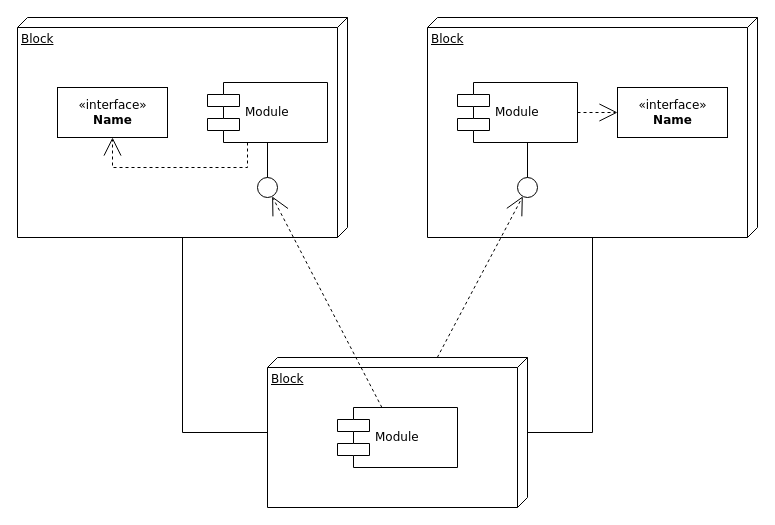
Earlier version of the draw.io diagram docs/components.drawio (devicemxl/proFlow). Source tidied: cells renumbered, new cells numbered last; positions are measured from the earlier drawing's top-left corner, leaving out a move shared by most shapes. Both pictures are drawn from the tidied source at 100%, with x=0, y=0 at pixel (17, 17).
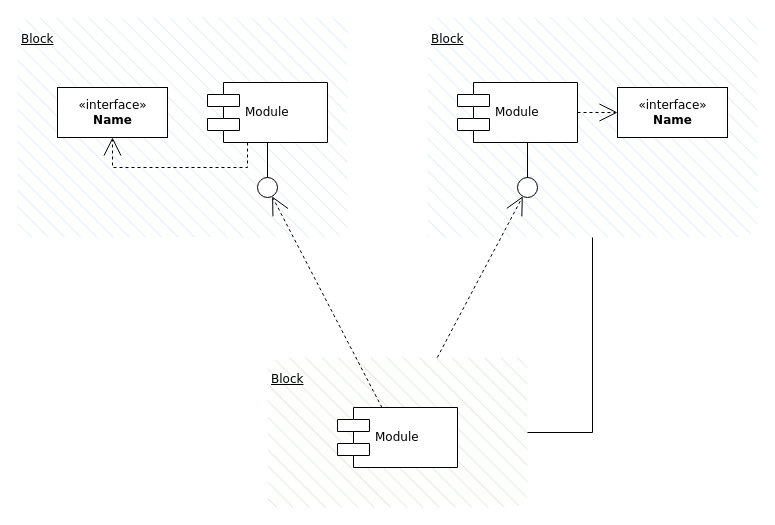
After the change.

Change to the diagram source:
```diff
@@
-    <mxCell id="2" value="Block" style="verticalAlign=top;align=left;spacingTop=8;spacingLeft=2;spacingRight=12;shape=cube;size=10;direction=south;fontStyle=4;html=1;rounded=0;shadow=0;comic=0;labelBackgroundColor=none;strokeWidth=1;fontFamily=Verdana;fontSize=12;" parent="1" vertex="1">
+    <mxCell id="2" value="Block" style="verticalAlign=top;align=left;spacingTop=8;spacingLeft=2;spacingRight=12;shape=cube;size=10;direction=south;fontStyle=4;html=1;rounded=0;shadow=0;comic=0;labelBackgroundColor=none;strokeWidth=1;fontFamily=Verdana;fontSize=12;strokeColor=none;fillStyle=hatch;fillColor=#dae8fc;" parent="1" vertex="1">
       <mxGeometry width="330" height="220" as="geometry" />
     </mxCell>
-    <mxCell id="3" value="Block" style="verticalAlign=top;align=left;spacingTop=8;spacingLeft=2;spacingRight=12;shape=cube;size=10;direction=south;fontStyle=4;html=1;rounded=0;shadow=0;comic=0;labelBackgroundColor=none;strokeWidth=1;fontFamily=Verdana;fontSize=12;" parent="1" vertex="1">
+    <mxCell id="3" value="Block" style="verticalAlign=top;align=left;spacingTop=8;spacingLeft=2;spacingRight=12;shape=cube;size=10;direction=south;fontStyle=4;html=1;rounded=0;shadow=0;comic=0;labelBackgroundColor=none;strokeWidth=1;fontFamily=Verdana;fontSize=12;strokeColor=none;fillStyle=hatch;fillColor=#dae8fc;" parent="1" vertex="1">
       <mxGeometry x="410" width="330" height="220" as="geometry" />
     </mxCell>
-    <mxCell id="4" value="Block" style="verticalAlign=top;align=left;spacingTop=8;spacingLeft=2;spacingRight=12;shape=cube;size=10;direction=south;fontStyle=4;html=1;rounded=0;shadow=0;comic=0;labelBackgroundColor=none;strokeWidth=1;fontFamily=Verdana;fontSize=12;" parent="1" vertex="1">
+    <mxCell id="4" value="Block" style="verticalAlign=top;align=left;spacingTop=8;spacingLeft=2;spacingRight=12;shape=cube;size=10;direction=south;fontStyle=4;html=1;rounded=0;shadow=0;comic=0;labelBackgroundColor=none;strokeWidth=1;fontFamily=Verdana;fontSize=12;fillStyle=hatch;strokeColor=none;fillColor=#d5e8d4;" parent="1" vertex="1">
       <mxGeometry x="250" y="340" width="260" height="150" as="geometry" />
     </mxCell>
@@
-    <mxCell id="19" style="edgeStyle=orthogonalEdgeStyle;rounded=0;html=1;labelBackgroundColor=none;startArrow=none;startFill=0;startSize=8;endArrow=none;endFill=0;endSize=16;fontFamily=Verdana;fontSize=12;" parent="1" edge="1" source="4" target="2">
+    <mxCell id="19" style="edgeStyle=orthogonalEdgeStyle;rounded=0;html=1;labelBackgroundColor=none;startArrow=none;startFill=0;startSize=8;endArrow=none;endFill=0;endSize=16;fontFamily=Verdana;fontSize=12;shadow=0;strokeColor=none;" parent="1" edge="1" source="4" target="2">
       <mxGeometry relative="1" as="geometry">
         <Array as="points">
           <mxPoint x="165" y="415" />
         </Array>
       </mxGeometry>
     </mxCell>
```
